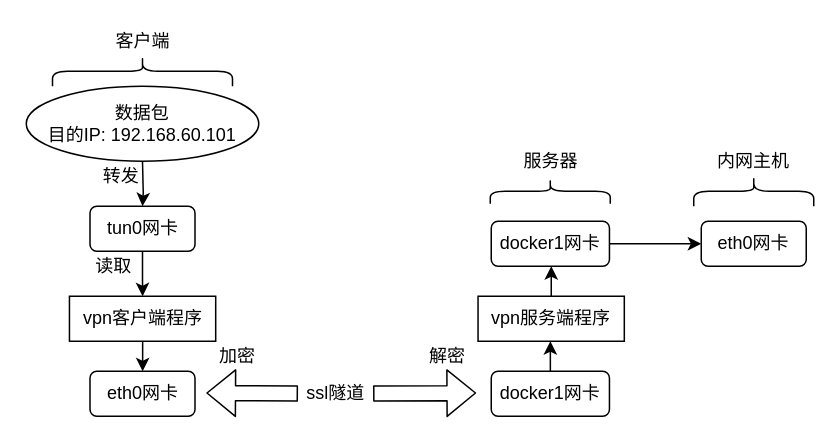
AgentGuo/flow_chart keeps this draw.io diagram as page "Page-2" (2 of 4) of 计网安全实验/计网安全实验流程图.drawio. Above is the earlier version. Source tidied: cells renumbered, new cells numbered last; positions are measured from the earlier drawing's top-left corner, leaving out a move shared by most shapes. Both pictures are drawn from the tidied source at 150%, with x=0, y=0 at pixel (26, -20).
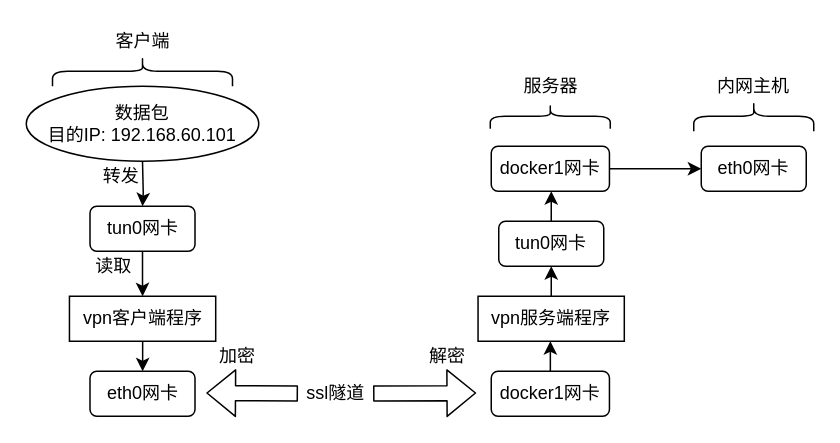
The same diagram, later.

The change refers to these unchanged cells:
```xml
<mxCell id="14" value="vpn服务端程序" style="rounded=0;whiteSpace=wrap;html=1;" parent="1" vertex="1">
  <mxGeometry x="301.2" y="210" width="97.5" height="30" as="geometry" />
</mxCell>
```

Change to the diagram source:
```diff
@@
-    <mxCell id="13" style="edgeStyle=orthogonalEdgeStyle;rounded=0;jettySize=auto;html=1;" parent="1" edge="1" source="14" target="21">
-      <mxGeometry relative="1" as="geometry" />
-    </mxCell>
+    <mxCell id="29" style="edgeStyle=orthogonalEdgeStyle;rounded=0;jettySize=auto;html=1;" parent="1" edge="1" source="14" target="31">
+      <mxGeometry relative="1" as="geometry" />
+    </mxCell>
@@
     <mxCell id="21" value="docker1网卡" style="rounded=1;whiteSpace=wrap;html=1;" parent="1" vertex="1">
-      <mxGeometry x="310" y="160" width="78.8" height="30" as="geometry" />
+      <mxGeometry x="310" y="110" width="78.8" height="30" as="geometry" />
     </mxCell>
     <mxCell id="22" value="eth0网卡" style="rounded=1;whiteSpace=wrap;html=1;" parent="1" vertex="1">
-      <mxGeometry x="450" y="160" width="70" height="30" as="geometry" />
+      <mxGeometry x="450" y="110" width="70" height="30" as="geometry" />
     </mxCell>
@@
     <mxCell id="25" value="服务器" style="text;html=1;strokeColor=none;fillColor=none;align=center;verticalAlign=middle;whiteSpace=wrap;rounded=0;" parent="1" vertex="1">
-      <mxGeometry x="330" y="110" width="40" height="20" as="geometry" />
+      <mxGeometry x="330" y="60" width="40" height="20" as="geometry" />
     </mxCell>
     <mxCell id="26" style="shape=curlyBracket;whiteSpace=wrap;html=1;rounded=1;fillColor=none;rotation=90;" parent="1" vertex="1">
-      <mxGeometry x="341.1" y="100" width="16.5" height="80" as="geometry" />
+      <mxGeometry x="341.1" y="50" width="16.5" height="80" as="geometry" />
     </mxCell>
     <mxCell id="27" value="内网主机" style="text;html=1;strokeColor=none;fillColor=none;align=center;verticalAlign=middle;whiteSpace=wrap;rounded=0;" parent="1" vertex="1">
-      <mxGeometry x="460" y="110" width="50" height="20" as="geometry" />
+      <mxGeometry x="460" y="60" width="50" height="20" as="geometry" />
     </mxCell>
     <mxCell id="28" style="shape=curlyBracket;whiteSpace=wrap;html=1;rounded=1;fillColor=none;rotation=90;" parent="1" vertex="1">
-      <mxGeometry x="475" y="100" width="20" height="80" as="geometry" />
+      <mxGeometry x="475" y="50" width="20" height="80" as="geometry" />
     </mxCell>
+    <mxCell id="30" style="edgeStyle=orthogonalEdgeStyle;rounded=0;jettySize=auto;html=1;" parent="1" edge="1" source="31" target="21">
+      <mxGeometry relative="1" as="geometry" />
+    </mxCell>
+    <mxCell id="31" value="tun0网卡" style="rounded=1;whiteSpace=wrap;html=1;" parent="1" vertex="1">
+      <mxGeometry x="315" y="160" width="70" height="30" as="geometry" />
+    </mxCell>
```
